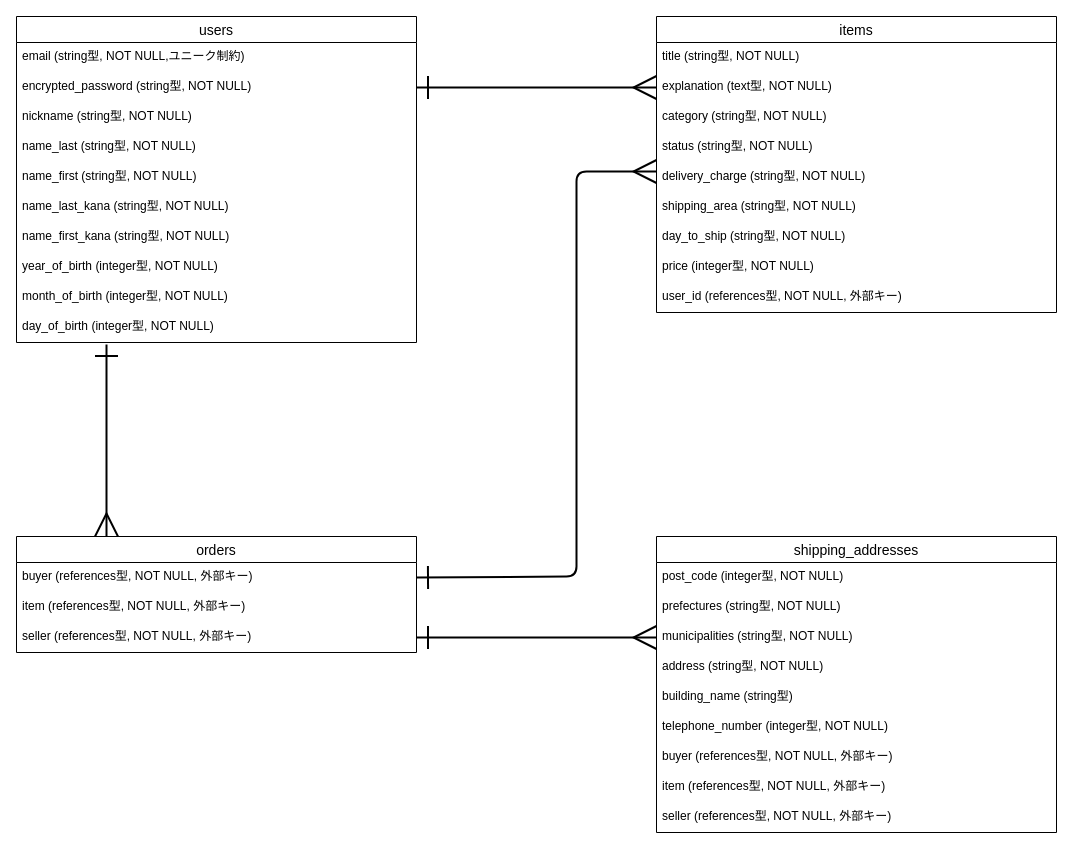
Before: furima.dio in mocchio/furima-38971, a draw.io diagram. Source tidied: cells renumbered, new cells numbered last; positions are measured from the earlier drawing's top-left corner, leaving out a move shared by most shapes. Both pictures are drawn from the tidied source at 100%, with x=0, y=0 at pixel (16, 16).
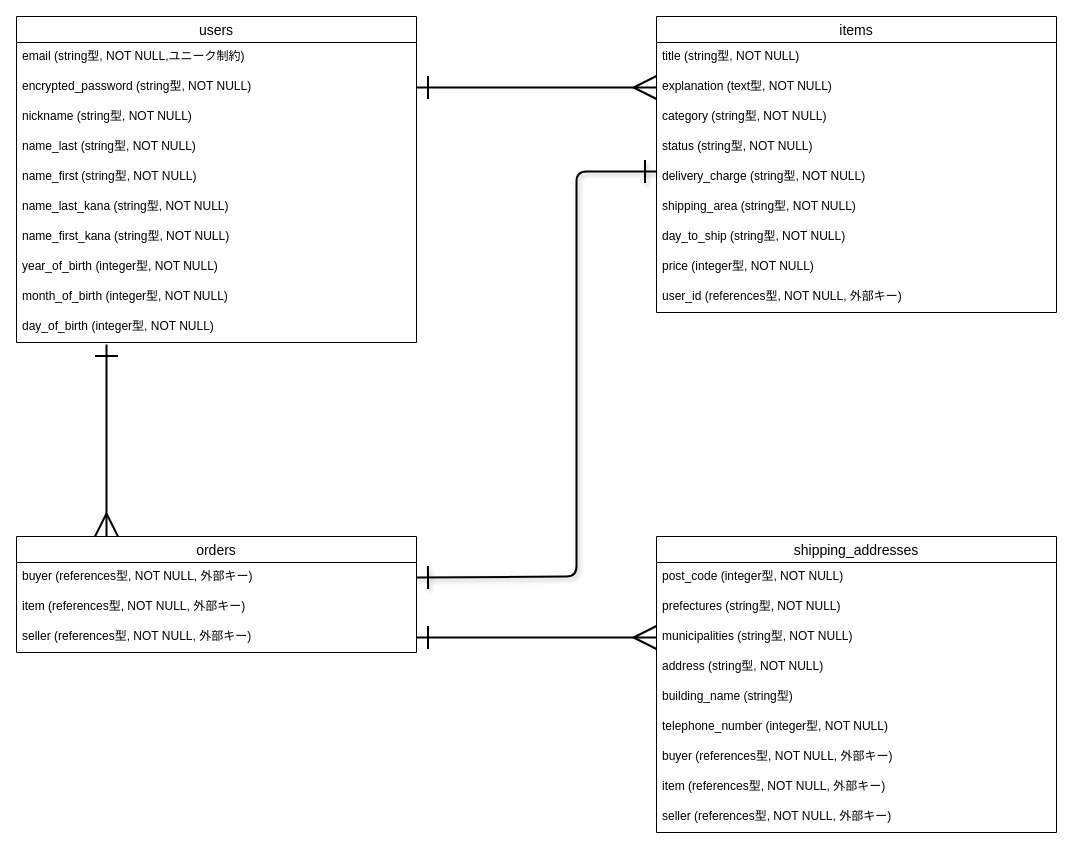
Above is the later version.

Unchanged cells that the change refers to:
```xml
<mxCell id="24" value="buyer (references型, NOT NULL, 外部キー)" style="text;strokeColor=none;fillColor=none;spacingLeft=4;spacingRight=4;overflow=hidden;points=[[0,0.5],[1,0.5]];portConstraint=eastwest;fontSize=12;" parent="23" vertex="1">
  <mxGeometry y="26" width="400" height="30" as="geometry" />
</mxCell>
```

Change to the diagram source:
```diff
@@
-    <mxCell id="39" style="edgeStyle=none;jumpStyle=none;html=1;exitX=1;exitY=0.5;exitDx=0;exitDy=0;strokeWidth=2;startArrow=ERone;startFill=0;endArrow=ERmany;endFill=0;startSize=20;endSize=20;" parent="1" edge="1" source="24">
+    <mxCell id="39" style="edgeStyle=none;jumpStyle=none;html=1;exitX=1;exitY=0.5;exitDx=0;exitDy=0;strokeWidth=2;startArrow=ERone;startFill=0;endArrow=ERone;endFill=0;startSize=20;endSize=20;shadow=1;" parent="1" edge="1" source="24">
       <mxGeometry relative="1" as="geometry">
         <mxPoint x="640" y="155" as="targetPoint" />
         <Array as="points">
           <mxPoint x="560" y="560" />
           <mxPoint x="560" y="155" />
         </Array>
       </mxGeometry>
     </mxCell>
```
